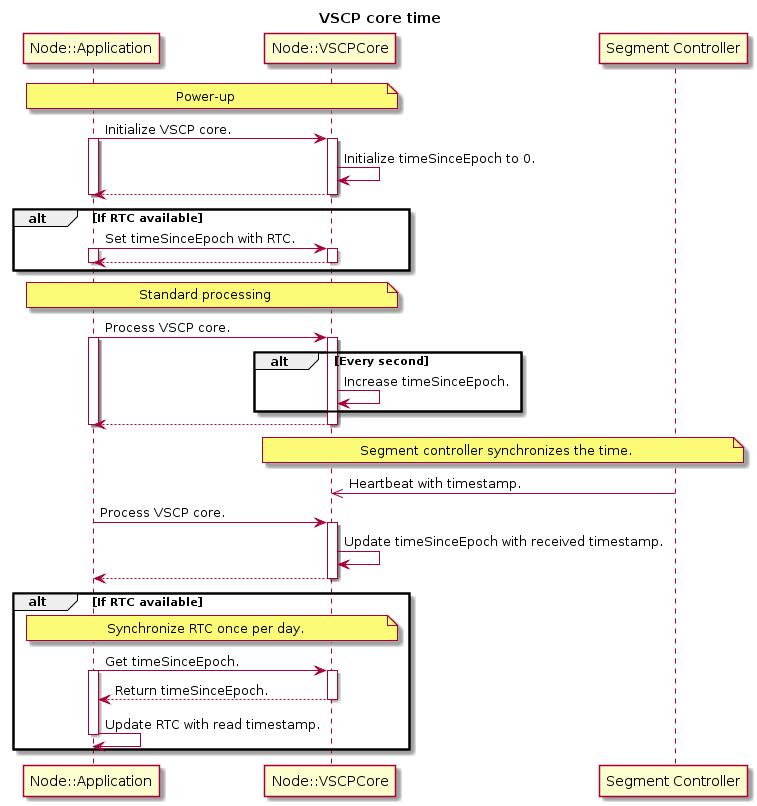
Above: vscp/doc/vscp_core_time.png in BlueAndi/vscp-framework (PlantUML), before the change. Its diagram source:
```plantuml
@startuml
title VSCP core time

participant "Node::Application" as app
participant "Node::VSCPCore" as node
participant "Segment Controller" as segctrl

note over app, node: Power-up

app -> node: Initialize VSCP core.
activate app
activate node
node -> node: Initialize timeSinceEpoch to 0.
node --> app
deactivate node
deactivate app

alt If RTC available
    app -> node: Set timeSinceEpoch with RTC.
    activate app
    activate node
    node --> app
    deactivate node
    deactivate app
end alt

note over app, node: Standard processing

app -> node: Process VSCP core.
activate app
activate node

alt Every second
    node -> node: Increase timeSinceEpoch.
end alt

node --> app
deactivate app
deactivate node

note over node,segctrl: Segment controller synchronizes the time.

segctrl ->> node: Heartbeat with timestamp.

app -> node: Process VSCP core.
activate node

node -> node: Update timeSinceEpoch with received timestamp.

node --> app

deactivate node

alt If RTC available

    note over app, node: Synchronize RTC once per day.

    app -> node: Get timeSinceEpoch.

    activate app
    activate node

    node --> app: Return timeSinceEpoch.

    deactivate node

    app -> app: Update RTC with read timestamp.

    deactivate app

end alt
@enduml
```
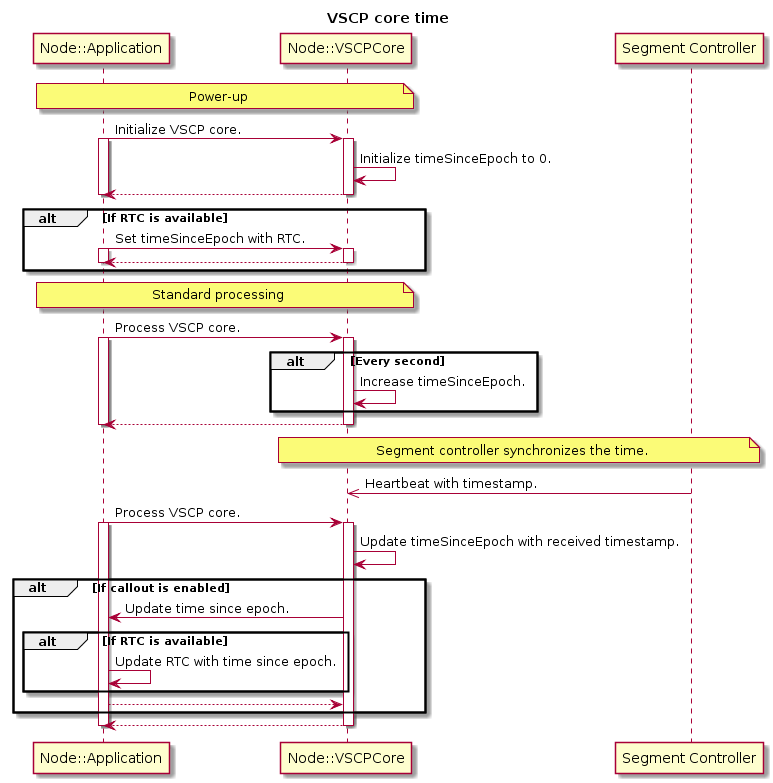
After the change.

What changed in the source:
```diff
@@ -15,7 +15,7 @@
 deactivate node
 deactivate app
 
-alt If RTC available
+alt If RTC is available
     app -> node: Set timeSinceEpoch with RTC.
     activate app
     activate node
@@ -43,30 +43,27 @@
 segctrl ->> node: Heartbeat with timestamp.
 
 app -> node: Process VSCP core.
+activate app
 activate node
 
 node -> node: Update timeSinceEpoch with received timestamp.
 
+alt If callout is enabled
+
+    node -> app: Update time since epoch.
+
+    alt If RTC is available
+
+        app -> app: Update RTC with time since epoch.
+
+    end alt
+
+    app --> node
+
+end alt
+
 node --> app
 
 deactivate node
-
-alt If RTC available
-
-    note over app, node: Synchronize RTC once per day.
-
-    app -> node: Get timeSinceEpoch.
-
-    activate app
-    activate node
-
-    node --> app: Return timeSinceEpoch.
-
-    deactivate node
-
-    app -> app: Update RTC with read timestamp.
-
-    deactivate app
-
-end alt
+deactivate app
 @enduml
```
